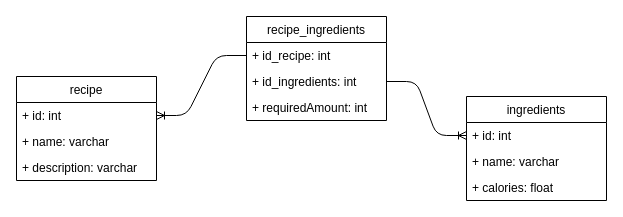
Above: recipeSystem.drawio in anastasiaakimova/recipeSystem (draw.io), before the change. Source tidied: cells renumbered, new cells numbered last; positions are measured from the earlier drawing's top-left corner, leaving out a move shared by most shapes. Both pictures are drawn from the tidied source at 100%, with x=0, y=0 at pixel (16, 16).
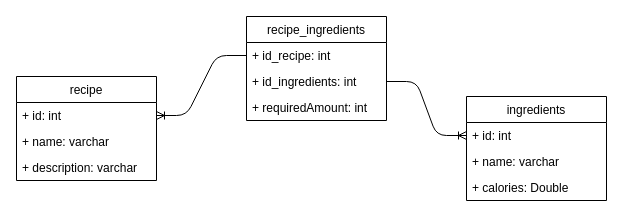
The same page after the edit.

Diff of the diagram source:
```diff
@@
 <mxGraphModel>
   <root>
     <mxCell id="0" />
     <mxCell id="1" parent="0" />
     <mxCell id="2" value="recipe" style="swimlane;fontStyle=0;horizontal=1;startSize=26;fillColor=none;" parent="1" vertex="1">
       <mxGeometry y="60" width="140" height="104" as="geometry" />
     </mxCell>
     <mxCell id="3" value="+ id: int" style="text;strokeColor=none;fillColor=none;align=left;verticalAlign=top;spacingLeft=4;spacingRight=4;overflow=hidden;points=[[0,0.5],[1,0.5]];portConstraint=eastwest;" parent="2" vertex="1">
       <mxGeometry y="26" width="140" height="26" as="geometry" />
     </mxCell>
     <mxCell id="4" value="+ name: varchar" style="text;strokeColor=none;fillColor=none;align=left;verticalAlign=top;spacingLeft=4;spacingRight=4;overflow=hidden;" parent="2" vertex="1">
       <mxGeometry y="52" width="140" height="26" as="geometry" />
     </mxCell>
     <mxCell id="5" value="+ description: varchar" style="text;strokeColor=none;fillColor=none;align=left;verticalAlign=top;spacingLeft=4;spacingRight=4;overflow=hidden;" parent="2" vertex="1">
       <mxGeometry y="78" width="140" height="26" as="geometry" />
     </mxCell>
     <mxCell id="6" value="ingredients" style="swimlane;fontStyle=0;horizontal=1;startSize=26;fillColor=none;" parent="1" vertex="1">
       <mxGeometry x="450" y="80" width="140" height="104" as="geometry" />
     </mxCell>
     <mxCell id="7" value="+ id: int" style="text;strokeColor=none;fillColor=none;align=left;verticalAlign=top;spacingLeft=4;spacingRight=4;overflow=hidden;points=[[0,0.5],[1,0.5]];portConstraint=eastwest;" parent="6" vertex="1">
       <mxGeometry y="26" width="140" height="26" as="geometry" />
     </mxCell>
     <mxCell id="8" value="+ name: varchar" style="text;strokeColor=none;fillColor=none;align=left;verticalAlign=top;spacingLeft=4;spacingRight=4;overflow=hidden;" parent="6" vertex="1">
       <mxGeometry y="52" width="140" height="26" as="geometry" />
     </mxCell>
-    <mxCell id="9" value="+ calories: float" style="text;strokeColor=none;fillColor=none;align=left;verticalAlign=top;spacingLeft=4;spacingRight=4;overflow=hidden;" parent="6" vertex="1">
+    <mxCell id="9" value="+ calories: Double" style="text;strokeColor=none;fillColor=none;align=left;verticalAlign=top;spacingLeft=4;spacingRight=4;overflow=hidden;" parent="6" vertex="1">
       <mxGeometry y="78" width="140" height="26" as="geometry" />
     </mxCell>
     <mxCell id="10" value="recipe_ingredients" style="swimlane;fontStyle=0;horizontal=1;startSize=26;fillColor=none;" parent="1" vertex="1">
       <mxGeometry x="230" width="140" height="104" as="geometry" />
     </mxCell>
     <mxCell id="11" value="+ id_recipe: int" style="text;strokeColor=none;fillColor=none;align=left;verticalAlign=top;spacingLeft=4;spacingRight=4;overflow=hidden;points=[[0,0.5],[1,0.5]];portConstraint=eastwest;" parent="10" vertex="1">
       <mxGeometry y="26" width="140" height="26" as="geometry" />
     </mxCell>
     <mxCell id="12" value="+ id_ingredients: int" style="text;strokeColor=none;fillColor=none;align=left;verticalAlign=top;spacingLeft=4;spacingRight=4;overflow=hidden;points=[[0,0.5],[1,0.5]];portConstraint=eastwest;" parent="10" vertex="1">
       <mxGeometry y="52" width="140" height="26" as="geometry" />
     </mxCell>
     <mxCell id="13" value="+ requiredAmount: int" style="text;strokeColor=none;fillColor=none;align=left;verticalAlign=top;spacingLeft=4;spacingRight=4;overflow=hidden;" parent="10" vertex="1">
       <mxGeometry y="78" width="140" height="26" as="geometry" />
     </mxCell>
     <mxCell id="14" style="edgeStyle=entityRelationEdgeStyle;fontSize=12;html=1;endArrow=ERoneToMany;" parent="1" edge="1" source="12" target="7">
       <mxGeometry relative="1" as="geometry" />
     </mxCell>
     <mxCell id="15" style="edgeStyle=entityRelationEdgeStyle;fontSize=12;html=1;endArrow=ERoneToMany;" parent="1" edge="1" source="11" target="3">
       <mxGeometry relative="1" as="geometry" />
     </mxCell>
   </root>
 </mxGraphModel>
```
